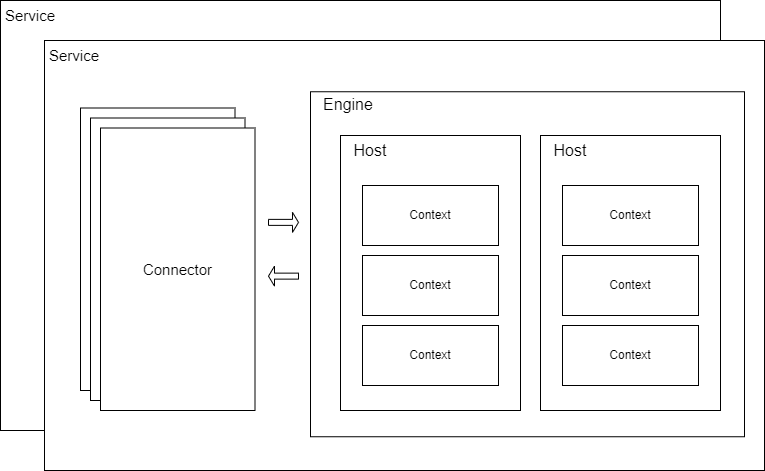
Before: src/public/img/tomcat-framework.drawio.png, a diagram exported from draw.io (Alex-RST/notes). Source tidied: cells renumbered, new cells last; positions are measured from the earlier drawing's top-left corner, leaving out a move shared by most shapes. Its diagram source:
```xml
<mxGraphModel>
  <root>
    <mxCell id="0" />
    <mxCell id="1" parent="0" />
    <mxCell id="2" style="rounded=0;whiteSpace=wrap;html=1;" parent="1" vertex="1">
      <mxGeometry width="720" height="430" as="geometry" />
    </mxCell>
    <mxCell id="3" style="rounded=0;whiteSpace=wrap;html=1;" parent="1" vertex="1">
      <mxGeometry x="44" y="40" width="720" height="430" as="geometry" />
    </mxCell>
    <mxCell id="4" value="&lt;p style=&quot;line-height: 120%;&quot;&gt;&lt;/p&gt;&lt;p style=&quot;line-height: 120%;&quot;&gt;&lt;br&gt;&lt;/p&gt;&lt;p&gt;&lt;/p&gt;" style="rounded=0;whiteSpace=wrap;html=1;align=left;" parent="1" vertex="1">
      <mxGeometry x="80" y="107.5" width="154.5" height="282.5" as="geometry" />
    </mxCell>
    <mxCell id="5" style="rounded=0;whiteSpace=wrap;html=1;shadow=0;glass=0;labelPadding=0;" parent="1" vertex="1">
      <mxGeometry x="310" y="91.2" width="434" height="345" as="geometry" />
    </mxCell>
    <mxCell id="6" style="rounded=0;whiteSpace=wrap;html=1;" parent="1" vertex="1">
      <mxGeometry x="340" y="135" width="180" height="275" as="geometry" />
    </mxCell>
    <mxCell id="7" value="Context" style="rounded=0;whiteSpace=wrap;html=1;" parent="1" vertex="1">
      <mxGeometry x="362" y="185" width="136" height="60" as="geometry" />
    </mxCell>
    <mxCell id="8" value="Engine" style="text;html=1;strokeColor=none;fillColor=none;align=center;verticalAlign=middle;whiteSpace=wrap;rounded=0;strokeWidth=1;fontSize=16;" parent="1" vertex="1">
      <mxGeometry x="310" y="91.2" width="76" height="25" as="geometry" />
    </mxCell>
    <mxCell id="9" value="Host" style="text;html=1;strokeColor=none;fillColor=none;align=center;verticalAlign=middle;whiteSpace=wrap;rounded=0;strokeWidth=1;fontSize=16;" parent="1" vertex="1">
      <mxGeometry x="340" y="135" width="60" height="30" as="geometry" />
    </mxCell>
    <mxCell id="10" value="Context" style="rounded=0;whiteSpace=wrap;html=1;" parent="1" vertex="1">
      <mxGeometry x="362" y="325" width="136" height="60" as="geometry" />
    </mxCell>
    <mxCell id="11" value="Context" style="rounded=0;whiteSpace=wrap;html=1;" parent="1" vertex="1">
      <mxGeometry x="362" y="255" width="136" height="60" as="geometry" />
    </mxCell>
    <mxCell id="12" style="rounded=0;whiteSpace=wrap;html=1;" parent="1" vertex="1">
      <mxGeometry x="540" y="135" width="180" height="275" as="geometry" />
    </mxCell>
    <mxCell id="13" value="Context" style="rounded=0;whiteSpace=wrap;html=1;" parent="1" vertex="1">
      <mxGeometry x="562" y="185" width="136" height="60" as="geometry" />
    </mxCell>
    <mxCell id="14" value="Host" style="text;html=1;strokeColor=none;fillColor=none;align=center;verticalAlign=middle;whiteSpace=wrap;rounded=0;strokeWidth=1;fontSize=16;" parent="1" vertex="1">
      <mxGeometry x="540" y="135" width="60" height="30" as="geometry" />
    </mxCell>
    <mxCell id="15" value="Context" style="rounded=0;whiteSpace=wrap;html=1;" parent="1" vertex="1">
      <mxGeometry x="562" y="325" width="136" height="60" as="geometry" />
    </mxCell>
    <mxCell id="16" value="Context" style="rounded=0;whiteSpace=wrap;html=1;" parent="1" vertex="1">
      <mxGeometry x="562" y="255" width="136" height="60" as="geometry" />
    </mxCell>
    <mxCell id="17" value="&lt;p style=&quot;line-height: 120%;&quot;&gt;&lt;/p&gt;&lt;p style=&quot;line-height: 120%;&quot;&gt;&lt;br&gt;&lt;/p&gt;&lt;p&gt;&lt;/p&gt;" style="rounded=0;whiteSpace=wrap;html=1;align=left;" parent="1" vertex="1">
      <mxGeometry x="90" y="117.5" width="154.5" height="282.5" as="geometry" />
    </mxCell>
    <mxCell id="18" value="Service" style="text;html=1;strokeColor=none;fillColor=none;align=center;verticalAlign=middle;whiteSpace=wrap;rounded=0;strokeWidth=1;fontSize=15;" parent="1" vertex="1">
      <mxGeometry x="44" y="40" width="60" height="30" as="geometry" />
    </mxCell>
    <mxCell id="19" value="&lt;p style=&quot;line-height: 120%;&quot;&gt;&lt;/p&gt;&lt;p style=&quot;line-height: 120%; font-size: 15px;&quot;&gt;Connector&lt;/p&gt;&lt;p&gt;&lt;/p&gt;" style="rounded=0;whiteSpace=wrap;html=1;align=center;" parent="1" vertex="1">
      <mxGeometry x="100" y="127.5" width="154.5" height="282.5" as="geometry" />
    </mxCell>
    <mxCell id="20" value="Service" style="text;html=1;strokeColor=none;fillColor=none;align=center;verticalAlign=middle;whiteSpace=wrap;rounded=0;strokeWidth=1;fontSize=15;" parent="1" vertex="1">
      <mxGeometry width="60" height="30" as="geometry" />
    </mxCell>
    <mxCell id="21" style="shape=singleArrow;whiteSpace=wrap;html=1;" parent="1" vertex="1">
      <mxGeometry x="268" y="211.9" width="30" height="20" as="geometry" />
    </mxCell>
    <mxCell id="22" style="shape=singleArrow;direction=west;whiteSpace=wrap;html=1;" parent="1" vertex="1">
      <mxGeometry x="268" y="265.6" width="30" height="20" as="geometry" />
    </mxCell>
  </root>
</mxGraphModel>
```
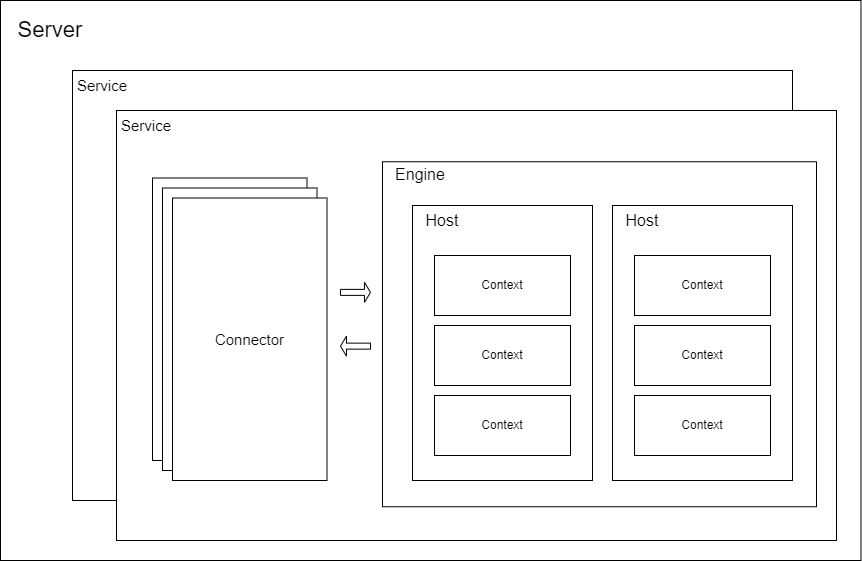
Later version of the same file.

Change to the diagram source:
```diff
@@ -2,6 +2,9 @@
   <root>
     <mxCell id="0" />
     <mxCell id="1" parent="0" />
+    <mxCell id="23" style="rounded=0;whiteSpace=wrap;html=1;fillColor=none;" parent="1" vertex="1">
+      <mxGeometry x="-72" y="-70" width="860.5" height="560" as="geometry" />
+    </mxCell>
     <mxCell id="2" style="rounded=0;whiteSpace=wrap;html=1;" parent="1" vertex="1">
       <mxGeometry width="720" height="430" as="geometry" />
     </mxCell>
@@ -65,5 +68,8 @@
     <mxCell id="22" style="shape=singleArrow;direction=west;whiteSpace=wrap;html=1;" parent="1" vertex="1">
       <mxGeometry x="268" y="265.6" width="30" height="20" as="geometry" />
     </mxCell>
+    <mxCell id="24" value="Server" style="text;html=1;strokeColor=none;fillColor=none;align=center;verticalAlign=middle;whiteSpace=wrap;rounded=0;strokeWidth=1;fontSize=22;" parent="1" vertex="1">
+      <mxGeometry x="-72" y="-70" width="100" height="60" as="geometry" />
+    </mxCell>
   </root>
 </mxGraphModel>
```
